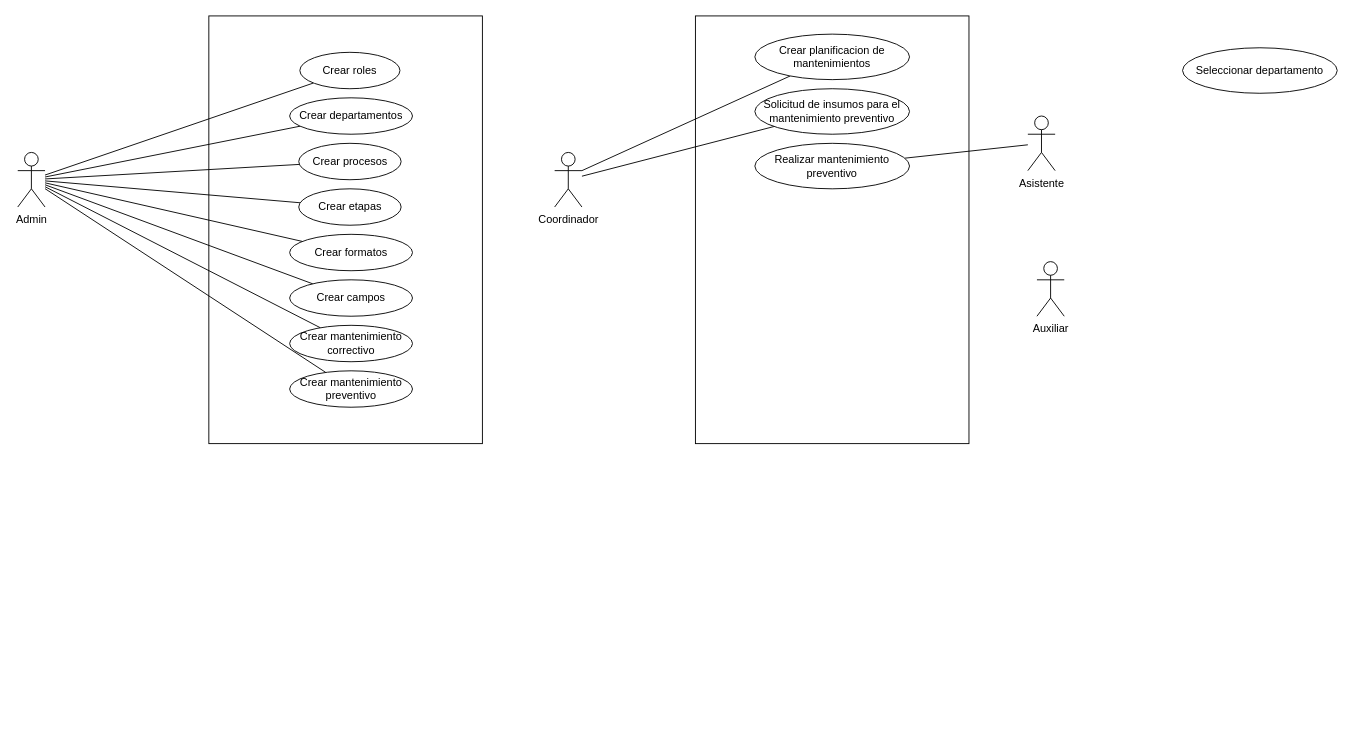
The draw.io diagram Use cases.drawio in DevKike/maintenance_management_system, before the edit. Source tidied: cells renumbered, new cells numbered last; positions are measured from the earlier drawing's top-left corner, leaving out a move shared by most shapes. Both pictures are drawn from the tidied source at 91%, with x=0, y=0 at pixel (17, 15).
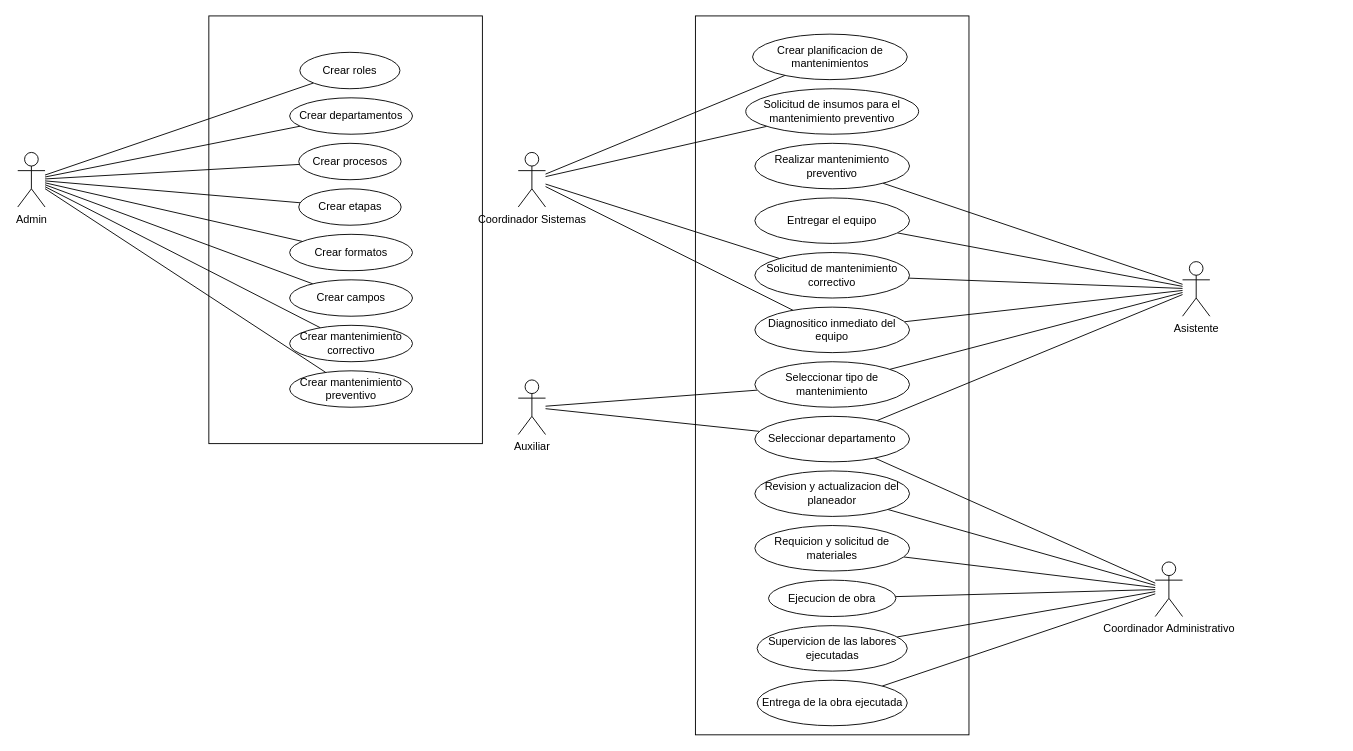
After the change.

What changed in the source:
```diff
@@
     <mxCell id="2" style="rounded=0;whiteSpace=wrap;html=1;fontFamily=Helvetica;fontSize=11;fontColor=default;labelBackgroundColor=default;" parent="1" vertex="1">
-      <mxGeometry x="744.7" width="300.6" height="470" as="geometry" />
+      <mxGeometry x="744.7" width="300.6" height="790" as="geometry" />
     </mxCell>
@@
+    <mxCell id="20" style="edgeStyle=none;shape=connector;rounded=0;jettySize=auto;html=1;strokeColor=default;align=center;verticalAlign=middle;fontFamily=Helvetica;fontSize=11;fontColor=default;labelBackgroundColor=default;endArrow=none;endFill=0;" parent="1" edge="1" source="21" target="26">
+      <mxGeometry relative="1" as="geometry" />
+    </mxCell>
+    <mxCell id="31" style="edgeStyle=none;shape=connector;rounded=0;jettySize=auto;html=1;strokeColor=default;align=center;verticalAlign=middle;fontFamily=Helvetica;fontSize=11;fontColor=default;labelBackgroundColor=default;endArrow=none;endFill=0;" parent="1" edge="1" source="21" target="41">
+      <mxGeometry relative="1" as="geometry" />
+    </mxCell>
+    <mxCell id="32" style="edgeStyle=none;shape=connector;rounded=0;jettySize=auto;html=1;strokeColor=default;align=center;verticalAlign=middle;fontFamily=Helvetica;fontSize=11;fontColor=default;labelBackgroundColor=default;endArrow=none;endFill=0;" parent="1" edge="1" source="21" target="42">
+      <mxGeometry relative="1" as="geometry" />
+    </mxCell>
-    <mxCell id="19" style="edgeStyle=none;shape=connector;rounded=0;jettySize=auto;html=1;exitX=1;exitY=0.3333333333333333;exitDx=0;exitDy=0;exitPerimeter=0;strokeColor=default;align=center;verticalAlign=middle;fontFamily=Helvetica;fontSize=11;fontColor=default;labelBackgroundColor=default;endArrow=none;endFill=0;" parent="1" edge="1" source="21" target="25">
+    <mxCell id="19" style="edgeStyle=none;shape=connector;rounded=0;jettySize=auto;html=1;strokeColor=default;align=center;verticalAlign=middle;fontFamily=Helvetica;fontSize=11;fontColor=default;labelBackgroundColor=default;endArrow=none;endFill=0;" parent="1" edge="1" source="21" target="25">
       <mxGeometry relative="1" as="geometry" />
     </mxCell>
-    <mxCell id="20" style="edgeStyle=none;shape=connector;rounded=0;jettySize=auto;html=1;strokeColor=default;align=center;verticalAlign=middle;fontFamily=Helvetica;fontSize=11;fontColor=default;labelBackgroundColor=default;endArrow=none;endFill=0;" parent="1" edge="1" source="21" target="26">
-      <mxGeometry relative="1" as="geometry" />
-    </mxCell>
-    <mxCell id="21" value="Coordinador" style="shape=umlActor;verticalLabelPosition=bottom;verticalAlign=top;html=1;outlineConnect=0;" parent="1" vertex="1">
-      <mxGeometry x="590" y="150" width="30" height="60" as="geometry" />
+    <mxCell id="21" value="Coordinador Sistemas" style="shape=umlActor;verticalLabelPosition=bottom;verticalAlign=top;html=1;outlineConnect=0;" parent="1" vertex="1">
+      <mxGeometry x="550" y="150" width="30" height="60" as="geometry" />
     </mxCell>
@@
-    <mxCell id="24" value="Seleccionar departamento" style="ellipse;whiteSpace=wrap;html=1;" parent="1" vertex="1">
-      <mxGeometry x="1280" y="35" width="170" height="50" as="geometry" />
-    </mxCell>
-    <mxCell id="25" value="Crear planificacion de mantenimientos" style="ellipse;whiteSpace=wrap;html=1;" parent="1" vertex="1">
-      <mxGeometry x="810" y="20" width="170" height="50" as="geometry" />
-    </mxCell>
     <mxCell id="26" value="Solicitud de insumos para el mantenimiento preventivo" style="ellipse;whiteSpace=wrap;html=1;" parent="1" vertex="1">
-      <mxGeometry x="810" y="80" width="170" height="50" as="geometry" />
+      <mxGeometry x="800" y="80" width="190" height="50" as="geometry" />
     </mxCell>
@@
+    <mxCell id="33" style="edgeStyle=none;shape=connector;rounded=0;jettySize=auto;html=1;strokeColor=default;align=center;verticalAlign=middle;fontFamily=Helvetica;fontSize=11;fontColor=default;labelBackgroundColor=default;endArrow=none;endFill=0;" parent="1" edge="1" source="28" target="40">
+      <mxGeometry relative="1" as="geometry" />
+    </mxCell>
+    <mxCell id="34" style="edgeStyle=none;shape=connector;rounded=0;jettySize=auto;html=1;strokeColor=default;align=center;verticalAlign=middle;fontFamily=Helvetica;fontSize=11;fontColor=default;labelBackgroundColor=default;endArrow=none;endFill=0;" parent="1" edge="1" source="28" target="41">
+      <mxGeometry relative="1" as="geometry" />
+    </mxCell>
+    <mxCell id="35" style="edgeStyle=none;shape=connector;rounded=0;jettySize=auto;html=1;strokeColor=default;align=center;verticalAlign=middle;fontFamily=Helvetica;fontSize=11;fontColor=default;labelBackgroundColor=default;endArrow=none;endFill=0;" parent="1" edge="1" source="28" target="42">
+      <mxGeometry relative="1" as="geometry" />
+    </mxCell>
+    <mxCell id="36" style="edgeStyle=none;shape=connector;rounded=0;jettySize=auto;html=1;strokeColor=default;align=center;verticalAlign=middle;fontFamily=Helvetica;fontSize=11;fontColor=default;labelBackgroundColor=default;endArrow=none;endFill=0;" parent="1" edge="1" source="28" target="24">
+      <mxGeometry relative="1" as="geometry" />
+    </mxCell>
+    <mxCell id="37" style="edgeStyle=none;shape=connector;rounded=0;jettySize=auto;html=1;strokeColor=default;align=center;verticalAlign=middle;fontFamily=Helvetica;fontSize=11;fontColor=default;labelBackgroundColor=default;endArrow=none;endFill=0;" parent="1" edge="1" source="28" target="43">
+      <mxGeometry relative="1" as="geometry" />
+    </mxCell>
     <mxCell id="28" value="Asistente" style="shape=umlActor;verticalLabelPosition=bottom;verticalAlign=top;html=1;outlineConnect=0;" parent="1" vertex="1">
-      <mxGeometry x="1110" y="110" width="30" height="60" as="geometry" />
+      <mxGeometry x="1280" y="270" width="30" height="60" as="geometry" />
     </mxCell>
+    <mxCell id="38" style="edgeStyle=none;shape=connector;rounded=0;jettySize=auto;html=1;strokeColor=default;align=center;verticalAlign=middle;fontFamily=Helvetica;fontSize=11;fontColor=default;labelBackgroundColor=default;endArrow=none;endFill=0;" parent="1" edge="1" source="29" target="24">
+      <mxGeometry relative="1" as="geometry" />
+    </mxCell>
+    <mxCell id="39" style="edgeStyle=none;shape=connector;rounded=0;jettySize=auto;html=1;strokeColor=default;align=center;verticalAlign=middle;fontFamily=Helvetica;fontSize=11;fontColor=default;labelBackgroundColor=default;endArrow=none;endFill=0;" parent="1" edge="1" source="29" target="43">
+      <mxGeometry relative="1" as="geometry" />
+    </mxCell>
     <mxCell id="29" value="Auxiliar" style="shape=umlActor;verticalLabelPosition=bottom;verticalAlign=top;html=1;outlineConnect=0;" parent="1" vertex="1">
-      <mxGeometry x="1120" y="270" width="30" height="60" as="geometry" />
+      <mxGeometry x="550" y="400" width="30" height="60" as="geometry" />
     </mxCell>
@@
+    <mxCell id="40" value="Entregar el equipo" style="ellipse;whiteSpace=wrap;html=1;" parent="1" vertex="1">
+      <mxGeometry x="810" y="200" width="170" height="50" as="geometry" />
+    </mxCell>
+    <mxCell id="41" value="Solicitud de mantenimiento correctivo" style="ellipse;whiteSpace=wrap;html=1;" parent="1" vertex="1">
+      <mxGeometry x="810" y="260" width="170" height="50" as="geometry" />
+    </mxCell>
+    <mxCell id="42" value="Diagnositico inmediato del equipo" style="ellipse;whiteSpace=wrap;html=1;" parent="1" vertex="1">
+      <mxGeometry x="810" y="320" width="170" height="50" as="geometry" />
+    </mxCell>
+    <mxCell id="24" value="Seleccionar departamento" style="ellipse;whiteSpace=wrap;html=1;" parent="1" vertex="1">
+      <mxGeometry x="810" y="440" width="170" height="50" as="geometry" />
+    </mxCell>
+    <mxCell id="43" value="Seleccionar tipo de mantenimiento" style="ellipse;whiteSpace=wrap;html=1;" parent="1" vertex="1">
+      <mxGeometry x="810" y="380" width="170" height="50" as="geometry" />
+    </mxCell>
+    <mxCell id="25" value="Crear planificacion de mantenimientos" style="ellipse;whiteSpace=wrap;html=1;" parent="1" vertex="1">
+      <mxGeometry x="807.5" y="20" width="170" height="50" as="geometry" />
+    </mxCell>
+    <mxCell id="44" style="edgeStyle=none;shape=connector;rounded=0;jettySize=auto;html=1;strokeColor=default;align=center;verticalAlign=middle;fontFamily=Helvetica;fontSize=11;fontColor=default;labelBackgroundColor=default;endArrow=none;endFill=0;" parent="1" edge="1" source="50" target="24">
+      <mxGeometry relative="1" as="geometry" />
+    </mxCell>
+    <mxCell id="45" style="edgeStyle=none;shape=connector;rounded=0;jettySize=auto;html=1;strokeColor=default;align=center;verticalAlign=middle;fontFamily=Helvetica;fontSize=11;fontColor=default;labelBackgroundColor=default;endArrow=none;endFill=0;" parent="1" edge="1" source="50" target="51">
+      <mxGeometry relative="1" as="geometry" />
+    </mxCell>
+    <mxCell id="46" style="edgeStyle=none;shape=connector;rounded=0;jettySize=auto;html=1;strokeColor=default;align=center;verticalAlign=middle;fontFamily=Helvetica;fontSize=11;fontColor=default;labelBackgroundColor=default;endArrow=none;endFill=0;" parent="1" edge="1" source="50" target="52">
+      <mxGeometry relative="1" as="geometry" />
+    </mxCell>
+    <mxCell id="47" style="edgeStyle=none;shape=connector;rounded=0;jettySize=auto;html=1;strokeColor=default;align=center;verticalAlign=middle;fontFamily=Helvetica;fontSize=11;fontColor=default;labelBackgroundColor=default;endArrow=none;endFill=0;" parent="1" edge="1" source="50" target="53">
+      <mxGeometry relative="1" as="geometry" />
+    </mxCell>
+    <mxCell id="48" style="edgeStyle=none;shape=connector;rounded=0;jettySize=auto;html=1;strokeColor=default;align=center;verticalAlign=middle;fontFamily=Helvetica;fontSize=11;fontColor=default;labelBackgroundColor=default;endArrow=none;endFill=0;" parent="1" edge="1" source="50" target="54">
+      <mxGeometry relative="1" as="geometry" />
+    </mxCell>
+    <mxCell id="49" style="edgeStyle=none;shape=connector;rounded=0;jettySize=auto;html=1;strokeColor=default;align=center;verticalAlign=middle;fontFamily=Helvetica;fontSize=11;fontColor=default;labelBackgroundColor=default;endArrow=none;endFill=0;" parent="1" edge="1" source="50" target="55">
+      <mxGeometry relative="1" as="geometry" />
+    </mxCell>
+    <mxCell id="50" value="Coordinador Administrativo" style="shape=umlActor;verticalLabelPosition=bottom;verticalAlign=top;html=1;outlineConnect=0;" parent="1" vertex="1">
+      <mxGeometry x="1250" y="600" width="30" height="60" as="geometry" />
+    </mxCell>
+    <mxCell id="51" value="Revision y actualizacion del planeador" style="ellipse;whiteSpace=wrap;html=1;" parent="1" vertex="1">
+      <mxGeometry x="810" y="500" width="170" height="50" as="geometry" />
+    </mxCell>
+    <mxCell id="52" value="Requicion y solicitud de materiales" style="ellipse;whiteSpace=wrap;html=1;" parent="1" vertex="1">
+      <mxGeometry x="810" y="560" width="170" height="50" as="geometry" />
+    </mxCell>
+    <mxCell id="53" value="Ejecucion de obra" style="ellipse;whiteSpace=wrap;html=1;" parent="1" vertex="1">
+      <mxGeometry x="825" y="620" width="140" height="40" as="geometry" />
+    </mxCell>
+    <mxCell id="54" value="Supervicion de las labores ejecutadas" style="ellipse;whiteSpace=wrap;html=1;" parent="1" vertex="1">
+      <mxGeometry x="812.5" y="670" width="165" height="50" as="geometry" />
+    </mxCell>
+    <mxCell id="55" value="Entrega de la obra ejecutada" style="ellipse;whiteSpace=wrap;html=1;" parent="1" vertex="1">
+      <mxGeometry x="812.5" y="730" width="165" height="50" as="geometry" />
+    </mxCell>
```
